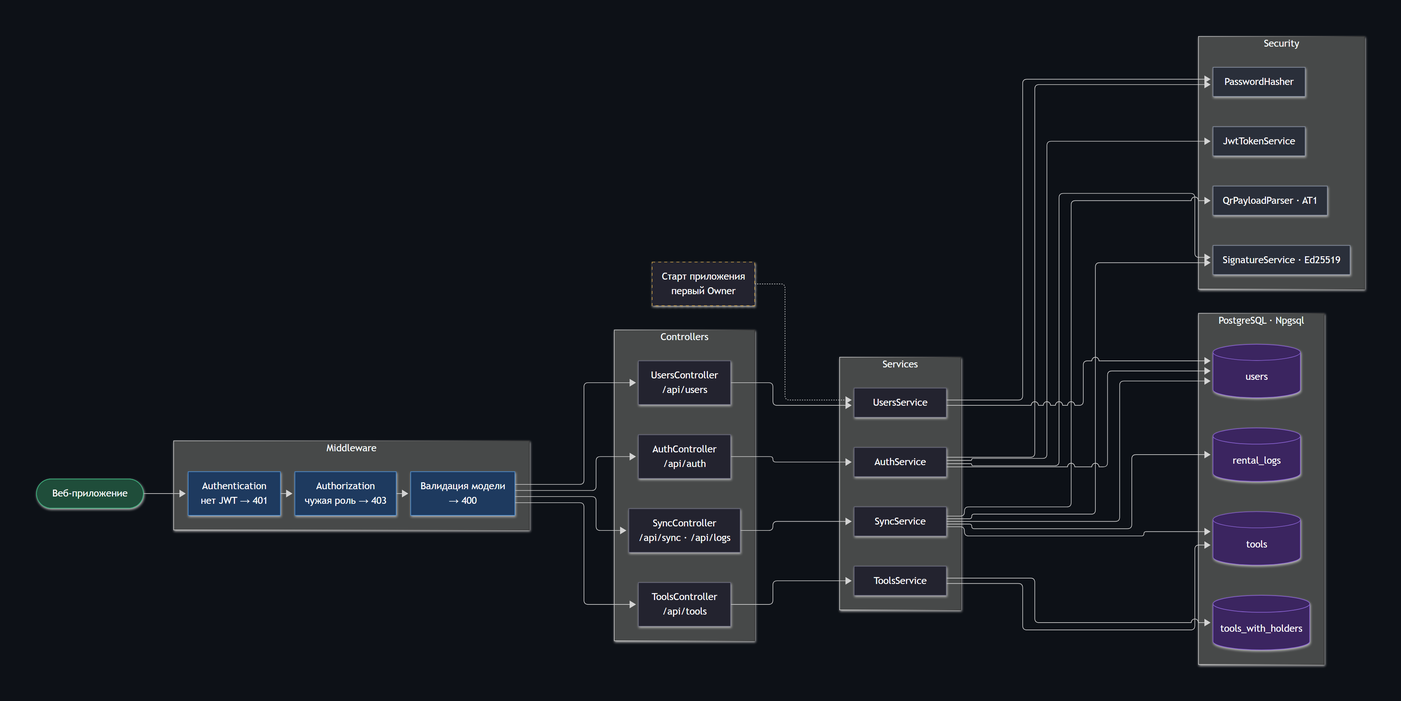
nelex12/account-this keeps this Mermaid diagram as docs/architecture/images/3-components.png. Above is the earlier version. Its source is kept beside it as docs/architecture/3-components.mmd. The source it was exported from:
```mermaid
---
config:
  flowchart:
    diagramPadding: 60
    nodeSpacing: 35
    rankSpacing: 90
    wrappingWidth: 400
---
flowchart LR
    Client(["Веб-приложение"])

    subgraph Pipeline["Middleware"]
        AuthN["Authentication<br/>нет JWT → 401"]
        AuthZ["Authorization<br/>чужая роль → 403"]
        Valid["Валидация модели<br/>→ 400"]
        AuthN --> AuthZ --> Valid
    end

    subgraph Controllers["Controllers"]
        AuthC["AuthController<br/>/api/auth"]
        UsersC["UsersController<br/>/api/users"]
        ToolsC["ToolsController<br/>/api/tools"]
        SyncC["SyncController<br/>/api/sync · /api/logs"]
    end

    subgraph Services["Services"]
        AuthS["AuthService"]
        UsersS["UsersService"]
        ToolsS["ToolsService"]
        SyncS["SyncService"]
    end

    Startup["Старт приложения<br/>первый Owner"]

    subgraph Security["Security"]
        Hasher["PasswordHasher"]
        Jwt["JwtTokenService"]
        Sig["SignatureService · Ed25519"]
        Qr["QrPayloadParser · AT1"]
    end

    subgraph DB["PostgreSQL · Npgsql"]
        users[("users")]
        tools[("tools")]
        logs[("rental_logs")]
        holders[("tools_with_holders")]
    end

    Client --> AuthN
    Valid --> AuthC & UsersC & ToolsC & SyncC

    AuthC --> AuthS
    UsersC --> UsersS
    ToolsC --> ToolsS
    SyncC --> SyncS
    Startup -.-> UsersS

    AuthS --> Hasher & Jwt & Sig
    UsersS --> Hasher
    SyncS --> Qr & Sig

    AuthS --> users
    UsersS --> users
    ToolsS --> tools & holders
    SyncS --> logs & tools & users

    classDef actor fill:#1f4d3a,stroke:#3fb27f,color:#fff
    classDef mw fill:#1e3a5f,stroke:#4a8fd6,color:#fff
    classDef code fill:#23232f,stroke:#6b6b80,color:#fff
    classDef helper fill:#2a2f3a,stroke:#8a93a6,color:#fff
    classDef planned fill:#23232f,stroke:#d6a84a,color:#fff,stroke-dasharray: 5 5
    classDef db fill:#3b2560,stroke:#8a63d2,color:#fff

    class Client actor
    class AuthN,AuthZ,Valid mw
    class AuthC,UsersC,ToolsC,SyncC,AuthS,UsersS,ToolsS,SyncS code
    class Hasher,Jwt,Sig,Qr helper
    class Startup planned
    class users,tools,logs,holders db
```
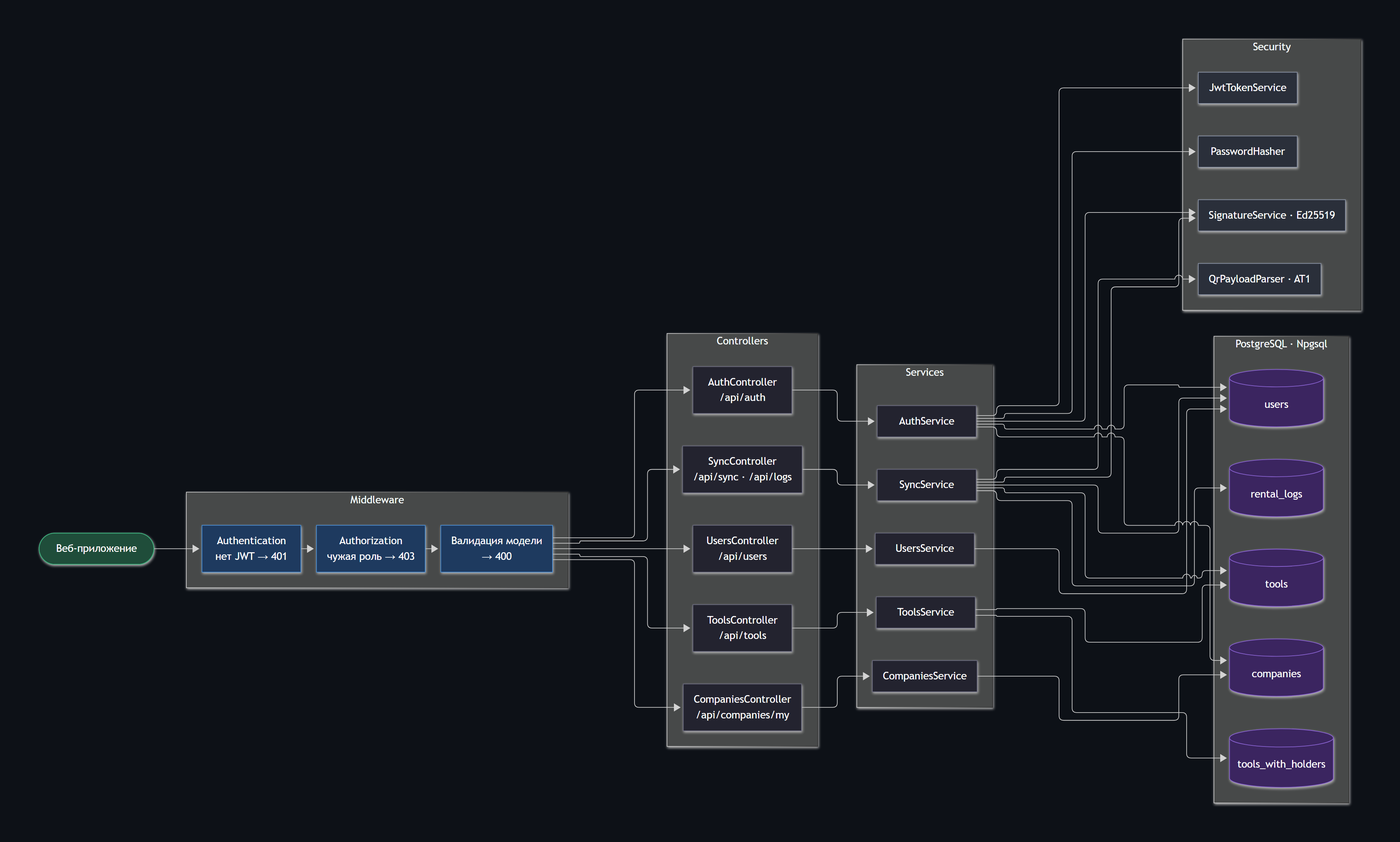
Above is the later version.

Diff of the diagram source:
```diff
@@ -18,6 +18,7 @@
 
     subgraph Controllers["Controllers"]
         AuthC["AuthController<br/>/api/auth"]
+        CompaniesC["CompaniesController<br/>/api/companies/my"]
         UsersC["UsersController<br/>/api/users"]
         ToolsC["ToolsController<br/>/api/tools"]
         SyncC["SyncController<br/>/api/sync · /api/logs"]
@@ -25,12 +26,11 @@
 
     subgraph Services["Services"]
         AuthS["AuthService"]
+        CompaniesS["CompaniesService"]
         UsersS["UsersService"]
         ToolsS["ToolsService"]
         SyncS["SyncService"]
     end
-
-    Startup["Старт приложения<br/>первый Owner"]
 
     subgraph Security["Security"]
         Hasher["PasswordHasher"]
@@ -40,6 +40,7 @@
     end
 
     subgraph DB["PostgreSQL · Npgsql"]
+        companies[("companies")]
         users[("users")]
         tools[("tools")]
         logs[("rental_logs")]
@@ -47,19 +48,19 @@
     end
 
     Client --> AuthN
-    Valid --> AuthC & UsersC & ToolsC & SyncC
+    Valid --> AuthC & CompaniesC & UsersC & ToolsC & SyncC
 
     AuthC --> AuthS
+    CompaniesC --> CompaniesS
     UsersC --> UsersS
     ToolsC --> ToolsS
     SyncC --> SyncS
-    Startup -.-> UsersS
 
     AuthS --> Hasher & Jwt & Sig
-    UsersS --> Hasher
     SyncS --> Qr & Sig
 
-    AuthS --> users
+    AuthS --> users & companies
+    CompaniesS --> companies
     UsersS --> users
     ToolsS --> tools & holders
     SyncS --> logs & tools & users
@@ -68,12 +69,10 @@
     classDef mw fill:#1e3a5f,stroke:#4a8fd6,color:#fff
     classDef code fill:#23232f,stroke:#6b6b80,color:#fff
     classDef helper fill:#2a2f3a,stroke:#8a93a6,color:#fff
-    classDef planned fill:#23232f,stroke:#d6a84a,color:#fff,stroke-dasharray: 5 5
     classDef db fill:#3b2560,stroke:#8a63d2,color:#fff
 
     class Client actor
     class AuthN,AuthZ,Valid mw
-    class AuthC,UsersC,ToolsC,SyncC,AuthS,UsersS,ToolsS,SyncS code
+    class AuthC,CompaniesC,UsersC,ToolsC,SyncC,AuthS,CompaniesS,UsersS,ToolsS,SyncS code
     class Hasher,Jwt,Sig,Qr helper
-    class Startup planned
-    class users,tools,logs,holders db
+    class companies,users,tools,logs,holders db
```
